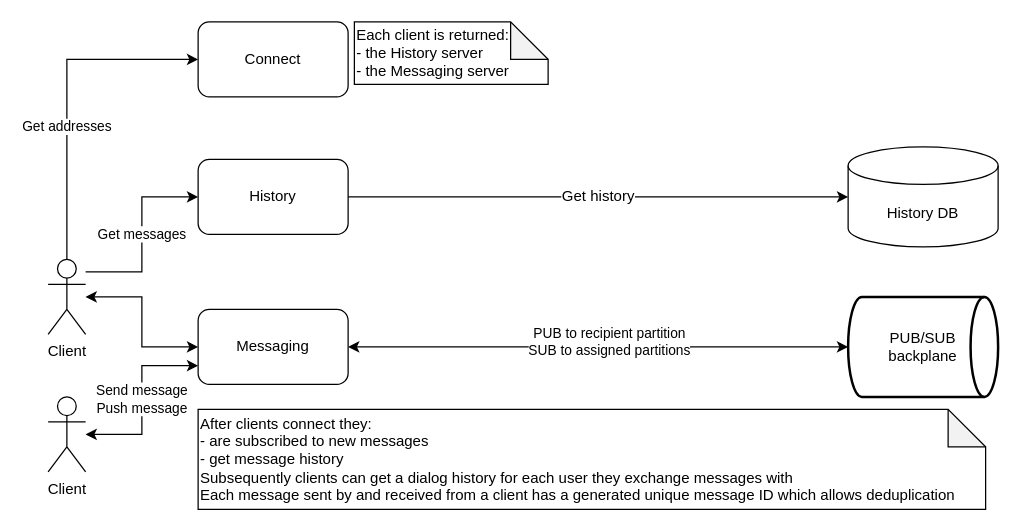
Before: docs/diagrams/cecochat-04-clients.drawio in cvetomir-todorov/CecoChat, a draw.io diagram. Source tidied: cells renumbered, new cells numbered last; positions are measured from the earlier drawing's top-left corner, leaving out a move shared by most shapes. Both pictures are drawn from the tidied source at 125%, with x=0, y=0 at pixel (48, 21).
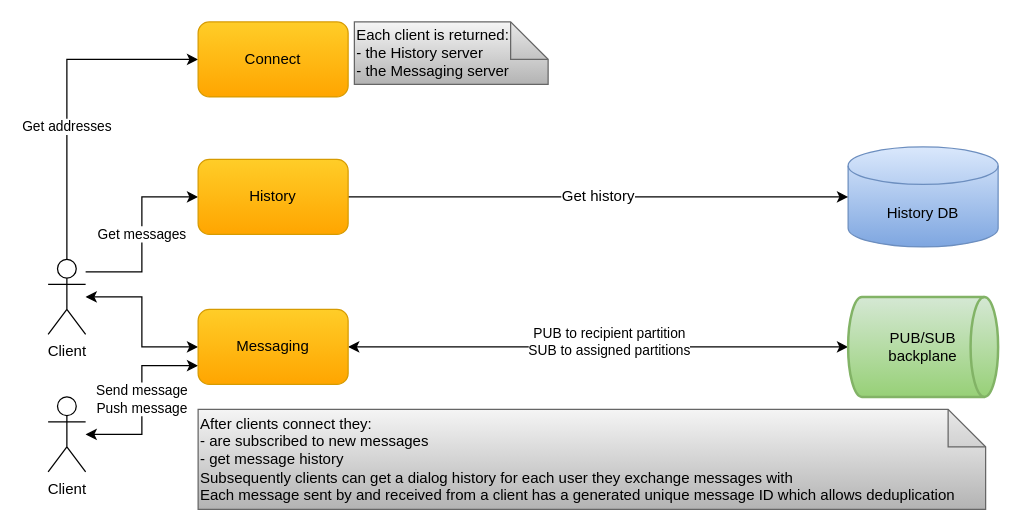
After the change.

Change to the diagram source:
```diff
@@
-    <mxCell id="9" value="&lt;font style=&quot;font-size: 12px&quot;&gt;Messaging&lt;/font&gt;" style="rounded=1;whiteSpace=wrap;html=1;" parent="1" vertex="1">
+    <mxCell id="9" value="&lt;font style=&quot;font-size: 12px&quot;&gt;Messaging&lt;/font&gt;" style="rounded=1;whiteSpace=wrap;html=1;gradientColor=#ffa500;fillColor=#ffcd28;strokeColor=#d79b00;" parent="1" vertex="1">
       <mxGeometry x="120" y="230" width="120" height="60" as="geometry" />
     </mxCell>
-    <mxCell id="10" value="PUB/SUB&lt;br&gt;backplane" style="strokeWidth=2;html=1;shape=mxgraph.flowchart.direct_data;whiteSpace=wrap;" parent="1" vertex="1">
+    <mxCell id="10" value="PUB/SUB&lt;br&gt;backplane" style="strokeWidth=2;html=1;shape=mxgraph.flowchart.direct_data;whiteSpace=wrap;gradientColor=#97d077;fillColor=#d5e8d4;strokeColor=#82b366;" parent="1" vertex="1">
       <mxGeometry x="640" y="220" width="120" height="80" as="geometry" />
     </mxCell>
-    <mxCell id="11" value="History DB" style="shape=cylinder3;whiteSpace=wrap;html=1;boundedLbl=1;backgroundOutline=1;size=15;" parent="1" vertex="1">
+    <mxCell id="11" value="History DB" style="shape=cylinder3;whiteSpace=wrap;html=1;boundedLbl=1;backgroundOutline=1;size=15;gradientColor=#7ea6e0;fillColor=#dae8fc;strokeColor=#6c8ebf;" parent="1" vertex="1">
       <mxGeometry x="640" y="100" width="120" height="80" as="geometry" />
     </mxCell>
@@
-    <mxCell id="13" value="&lt;font style=&quot;font-size: 12px&quot;&gt;Connect&lt;/font&gt;" style="rounded=1;whiteSpace=wrap;html=1;" parent="1" vertex="1">
+    <mxCell id="13" value="&lt;font style=&quot;font-size: 12px&quot;&gt;Connect&lt;/font&gt;" style="rounded=1;whiteSpace=wrap;html=1;gradientColor=#ffa500;fillColor=#ffcd28;strokeColor=#d79b00;" parent="1" vertex="1">
       <mxGeometry x="120" width="120" height="60" as="geometry" />
     </mxCell>
-    <mxCell id="14" value="Each client is returned:&lt;br&gt;- the History server&lt;br&gt;- the Messaging server" style="shape=note;whiteSpace=wrap;html=1;backgroundOutline=1;darkOpacity=0.05;align=left;" parent="1" vertex="1">
+    <mxCell id="14" value="Each client is returned:&lt;br&gt;- the History server&lt;br&gt;- the Messaging server" style="shape=note;whiteSpace=wrap;html=1;backgroundOutline=1;darkOpacity=0.05;align=left;gradientColor=#b3b3b3;fillColor=#f5f5f5;strokeColor=#666666;" parent="1" vertex="1">
       <mxGeometry x="245" width="155" height="50" as="geometry" />
     </mxCell>
-    <mxCell id="15" value="After clients connect they:&lt;br&gt;- are subscribed to new messages&lt;br&gt;- get message history&lt;br&gt;Subsequently clients can get a dialog history for each user they exchange messages with&lt;br&gt;Each message sent by and received from a client has a generated unique message ID which allows deduplication" style="shape=note;whiteSpace=wrap;html=1;backgroundOutline=1;darkOpacity=0.05;align=left;" parent="1" vertex="1">
+    <mxCell id="15" value="After clients connect they:&lt;br&gt;- are subscribed to new messages&lt;br&gt;- get message history&lt;br&gt;Subsequently clients can get a dialog history for each user they exchange messages with&lt;br&gt;Each message sent by and received from a client has a generated unique message ID which allows deduplication" style="shape=note;whiteSpace=wrap;html=1;backgroundOutline=1;darkOpacity=0.05;align=left;gradientColor=#b3b3b3;fillColor=#f5f5f5;strokeColor=#666666;" parent="1" vertex="1">
       <mxGeometry x="120" y="310" width="630" height="80" as="geometry" />
     </mxCell>
-    <mxCell id="16" value="&lt;font style=&quot;font-size: 12px&quot;&gt;History&lt;/font&gt;" style="rounded=1;whiteSpace=wrap;html=1;" parent="1" vertex="1">
+    <mxCell id="16" value="&lt;font style=&quot;font-size: 12px&quot;&gt;History&lt;/font&gt;" style="rounded=1;whiteSpace=wrap;html=1;gradientColor=#ffa500;fillColor=#ffcd28;strokeColor=#d79b00;" parent="1" vertex="1">
       <mxGeometry x="120" y="110" width="120" height="60" as="geometry" />
     </mxCell>
```
